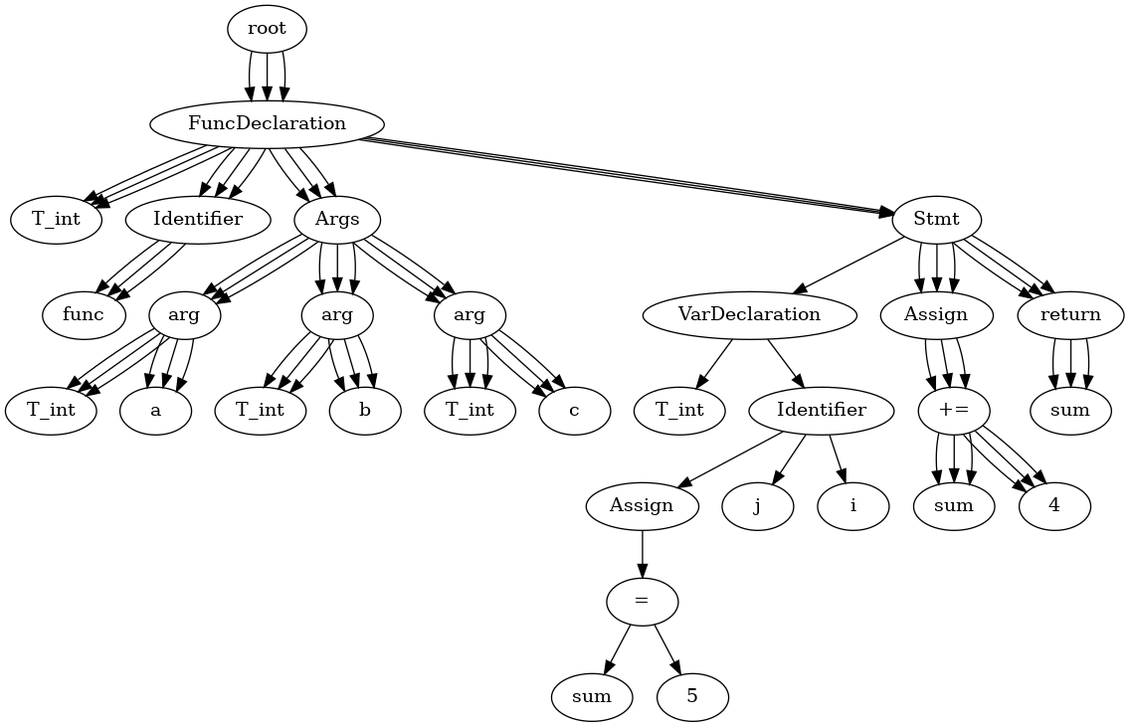
Before: test.gv.png, a diagram exported from Graphviz (Jstar49/starCC). Its source is kept beside it as test.gv.
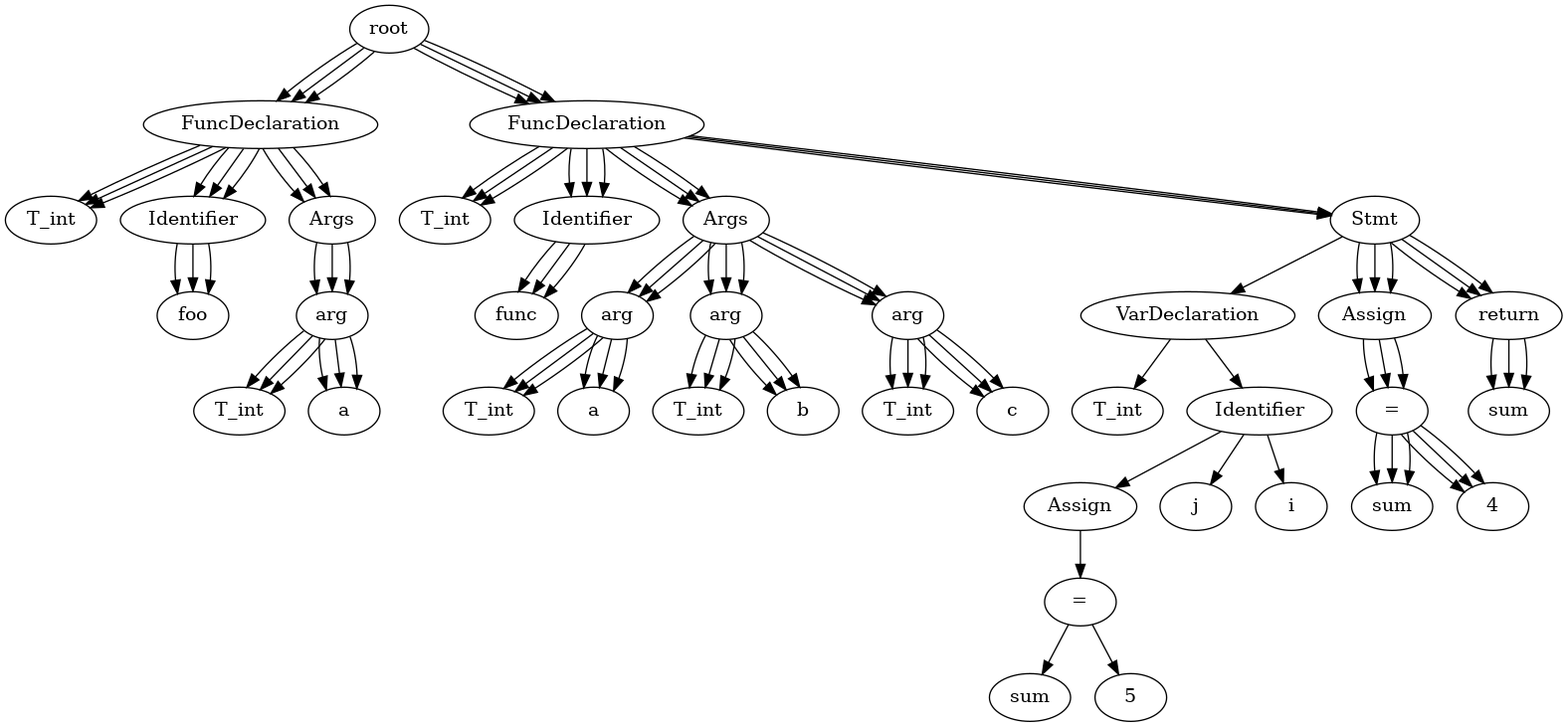
The same diagram one commit later.

Diff of the diagram source:
```diff
@@ -6,7 +6,7 @@
 	0 -> 1
 	2 [label=Identifier]
 	0 -> 2
-	3 [label=func]
+	3 [label=foo]
 	2 -> 3
 	4 [label=Args]
 	0 -> 4
@@ -16,50 +16,66 @@
 	5 -> 6
 	7 [label=a]
 	5 -> 7
-	8 [label=arg]
-	4 -> 8
+	8 [label=FuncDeclaration]
+	None -> 8
 	9 [label=T_int]
 	8 -> 9
-	10 [label=b]
+	10 [label=Identifier]
 	8 -> 10
-	11 [label=arg]
-	4 -> 11
-	12 [label=T_int]
-	11 -> 12
-	13 [label=c]
-	11 -> 13
-	14 [label=Stmt]
-	0 -> 14
-	15 [label=VarDeclaration]
-	14 -> 15
-	16 [label=T_int]
-	15 -> 16
-	17 [label=Identifier]
-	15 -> 17
-	18 [label=Assign]
-	17 -> 18
-	20 [label="="]
-	18 -> 20
-	19 [label=sum]
-	20 -> 19
-	21 [label=5]
-	20 -> 21
-	22 [label=j]
-	17 -> 22
-	23 [label=i]
-	17 -> 23
-	24 [label=Assign]
-	14 -> 24
-	26 [label="+="]
-	24 -> 26
-	25 [label=sum]
-	26 -> 25
-	27 [label=4]
-	26 -> 27
-	28 [label=return]
-	14 -> 28
-	29 [label=sum]
+	11 [label=func]
+	10 -> 11
+	12 [label=Args]
+	8 -> 12
+	13 [label=arg]
+	12 -> 13
+	14 [label=T_int]
+	13 -> 14
+	15 [label=a]
+	13 -> 15
+	16 [label=arg]
+	12 -> 16
+	17 [label=T_int]
+	16 -> 17
+	18 [label=b]
+	16 -> 18
+	19 [label=arg]
+	12 -> 19
+	20 [label=T_int]
+	19 -> 20
+	21 [label=c]
+	19 -> 21
+	22 [label=Stmt]
+	8 -> 22
+	23 [label=VarDeclaration]
+	22 -> 23
+	24 [label=T_int]
+	23 -> 24
+	25 [label=Identifier]
+	23 -> 25
+	26 [label=Assign]
+	25 -> 26
+	28 [label="="]
+	26 -> 28
+	27 [label=sum]
+	28 -> 27
+	29 [label=5]
 	28 -> 29
+	30 [label=j]
+	25 -> 30
+	31 [label=i]
+	25 -> 31
+	32 [label=Assign]
+	22 -> 32
+	34 [label="="]
+	32 -> 34
+	33 [label=sum]
+	34 -> 33
+	35 [label=4]
+	34 -> 35
+	36 [label=return]
+	22 -> 36
+	37 [label=sum]
+	36 -> 37
 	None [label=root]
 	0 [label=FuncDeclaration]
 	None -> 0
@@ -67,7 +83,7 @@
 	0 -> 1
 	2 [label=Identifier]
 	0 -> 2
-	3 [label=func]
+	3 [label=foo]
 	2 -> 3
 	4 [label=Args]
 	0 -> 4
@@ -77,32 +93,48 @@
 	5 -> 6
 	7 [label=a]
 	5 -> 7
-	8 [label=arg]
-	4 -> 8
+	8 [label=FuncDeclaration]
+	None -> 8
 	9 [label=T_int]
 	8 -> 9
-	10 [label=b]
+	10 [label=Identifier]
 	8 -> 10
-	11 [label=arg]
-	4 -> 11
-	12 [label=T_int]
-	11 -> 12
-	13 [label=c]
-	11 -> 13
-	14 [label=Stmt]
-	0 -> 14
-	24 [label=Assign]
-	14 -> 24
-	26 [label="+="]
-	24 -> 26
-	25 [label=sum]
-	26 -> 25
-	27 [label=4]
-	26 -> 27
-	28 [label=return]
-	14 -> 28
-	29 [label=sum]
-	28 -> 29
+	11 [label=func]
+	10 -> 11
+	12 [label=Args]
+	8 -> 12
+	13 [label=arg]
+	12 -> 13
+	14 [label=T_int]
+	13 -> 14
+	15 [label=a]
+	13 -> 15
+	16 [label=arg]
+	12 -> 16
+	17 [label=T_int]
+	16 -> 17
+	18 [label=b]
+	16 -> 18
+	19 [label=arg]
+	12 -> 19
+	20 [label=T_int]
+	19 -> 20
+	21 [label=c]
+	19 -> 21
+	22 [label=Stmt]
+	8 -> 22
+	32 [label=Assign]
+	22 -> 32
+	34 [label="="]
+	32 -> 34
+	33 [label=sum]
+	34 -> 33
+	35 [label=4]
+	34 -> 35
+	36 [label=return]
+	22 -> 36
+	37 [label=sum]
+	36 -> 37
 	None [label=root]
 	0 [label=FuncDeclaration]
 	None -> 0
@@ -110,7 +142,7 @@
 	0 -> 1
 	2 [label=Identifier]
 	0 -> 2
-	3 [label=func]
+	3 [label=foo]
 	2 -> 3
 	4 [label=Args]
 	0 -> 4
@@ -120,30 +152,46 @@
 	5 -> 6
 	7 [label=a]
 	5 -> 7
-	8 [label=arg]
-	4 -> 8
+	8 [label=FuncDeclaration]
+	None -> 8
 	9 [label=T_int]
 	8 -> 9
-	10 [label=b]
+	10 [label=Identifier]
 	8 -> 10
-	11 [label=arg]
-	4 -> 11
-	12 [label=T_int]
-	11 -> 12
-	13 [label=c]
-	11 -> 13
-	14 [label=Stmt]
-	0 -> 14
-	24 [label=Assign]
-	14 -> 24
-	26 [label="+="]
-	24 -> 26
-	25 [label=sum]
-	26 -> 25
-	27 [label=4]
-	26 -> 27
-	28 [label=return]
-	14 -> 28
-	29 [label=sum]
-	28 -> 29
+	11 [label=func]
+	10 -> 11
+	12 [label=Args]
+	8 -> 12
+	13 [label=arg]
+	12 -> 13
+	14 [label=T_int]
+	13 -> 14
+	15 [label=a]
+	13 -> 15
+	16 [label=arg]
+	12 -> 16
+	17 [label=T_int]
+	16 -> 17
+	18 [label=b]
+	16 -> 18
+	19 [label=arg]
+	12 -> 19
+	20 [label=T_int]
+	19 -> 20
+	21 [label=c]
+	19 -> 21
+	22 [label=Stmt]
+	8 -> 22
+	32 [label=Assign]
+	22 -> 32
+	34 [label="="]
+	32 -> 34
+	33 [label=sum]
+	34 -> 33
+	35 [label=4]
+	34 -> 35
+	36 [label=return]
+	22 -> 36
+	37 [label=sum]
+	36 -> 37
 }
```
